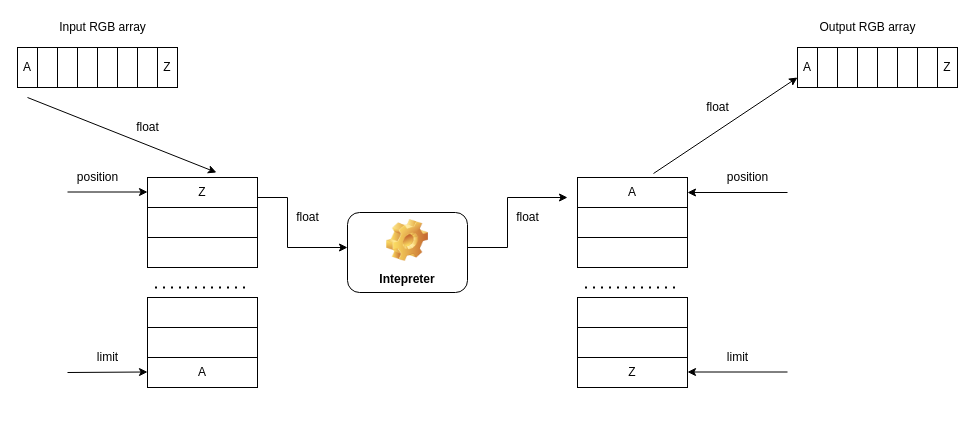
The draw.io diagram Untitled Diagram.drawio in winnerlqy/Images, before the edit. Source tidied: cells renumbered, new cells numbered last; positions are measured from the earlier drawing's top-left corner, leaving out a move shared by most shapes. Both pictures are drawn from the tidied source at 100%, with x=0, y=0 at pixel (17, 17).
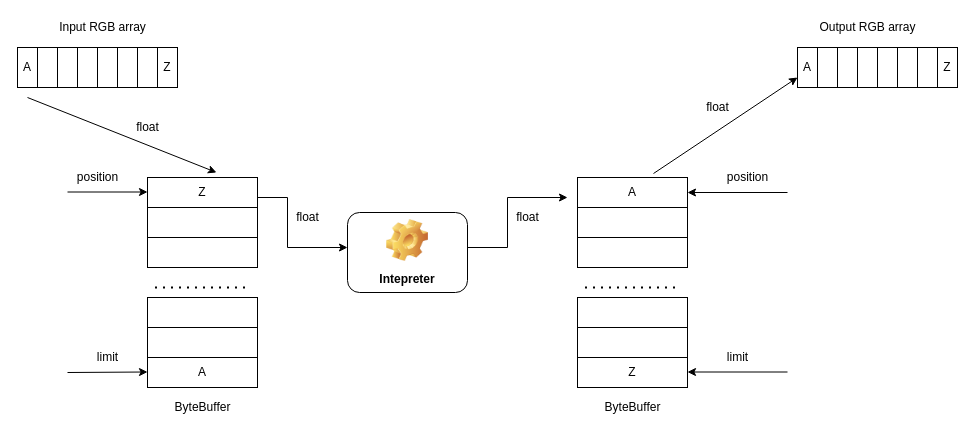
The same page after the edit.

Change to the diagram source:
```diff
@@
+    <mxCell id="53" value="ByteBuffer" style="text;html=1;align=center;verticalAlign=middle;strokeColor=none;fillColor=none;" parent="1" vertex="1">
+      <mxGeometry x="150" y="380" width="70" height="20" as="geometry" />
+    </mxCell>
+    <mxCell id="54" value="ByteBuffer" style="text;html=1;align=center;verticalAlign=middle;strokeColor=none;fillColor=none;" parent="1" vertex="1">
+      <mxGeometry x="580" y="380" width="70" height="20" as="geometry" />
+    </mxCell>
```
